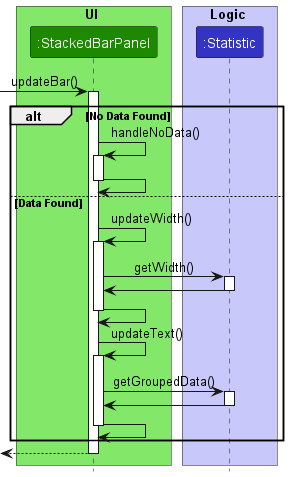
Earlier version of the PlantUML export docs/images/BarChartSequenceDiagram.png (nus-cs2103-AY2223S1/tp). The source it was exported from:
```plantuml
@startuml
!include style.puml

box UI UI_COLOR_T1
participant ":StackedBarPanel" as StackedBarPanel UI_COLOR
end box

box Logic LOGIC_COLOR_T1
participant ":Statistic" as Statistic LOGIC_COLOR

end box
[-> StackedBarPanel : updateBar()
activate StackedBarPanel

alt No Data Found
    StackedBarPanel -> StackedBarPanel : handleNoData()
    activate StackedBarPanel

    StackedBarPanel -> StackedBarPanel
    deactivate StackedBarPanel

else Data Found
    StackedBarPanel -> StackedBarPanel: updateWidth()
    activate StackedBarPanel

    StackedBarPanel -> Statistic : getWidth()
    activate Statistic

    Statistic -> StackedBarPanel
    deactivate Statistic

    StackedBarPanel -> StackedBarPanel
    deactivate StackedBarPanel

    StackedBarPanel -> StackedBarPanel: updateText()
    activate StackedBarPanel

    StackedBarPanel -> Statistic : getGroupedData()
    activate Statistic

   Statistic -> StackedBarPanel
   deactivate Statistic

   StackedBarPanel -> StackedBarPanel
   deactivate StackedBarPanel
end


[<--StackedBarPanel
deactivate StackedBarPanel
@enduml
```
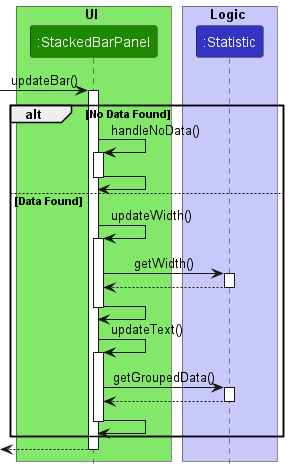
Later version of the same file.

Commit message:
Update sequence diagrams

The edit, as a diff of the source:
```diff
@@ -26,7 +26,7 @@
     StackedBarPanel -> Statistic : getWidth()
     activate Statistic
 
-    Statistic -> StackedBarPanel
+    Statistic --> StackedBarPanel
     deactivate Statistic
 
     StackedBarPanel -> StackedBarPanel
@@ -38,7 +38,7 @@
     StackedBarPanel -> Statistic : getGroupedData()
     activate Statistic
 
-   Statistic -> StackedBarPanel
+   Statistic --> StackedBarPanel
    deactivate Statistic
 
    StackedBarPanel -> StackedBarPanel
```
